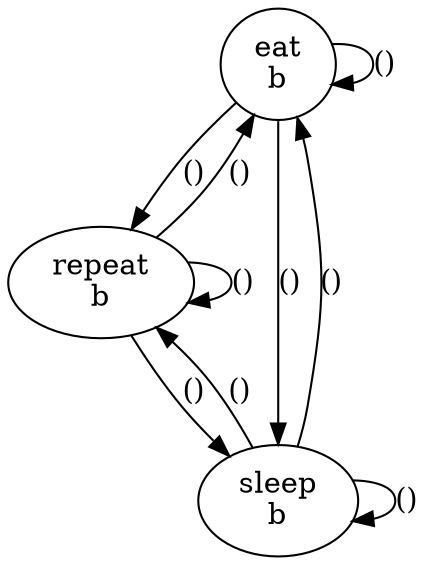
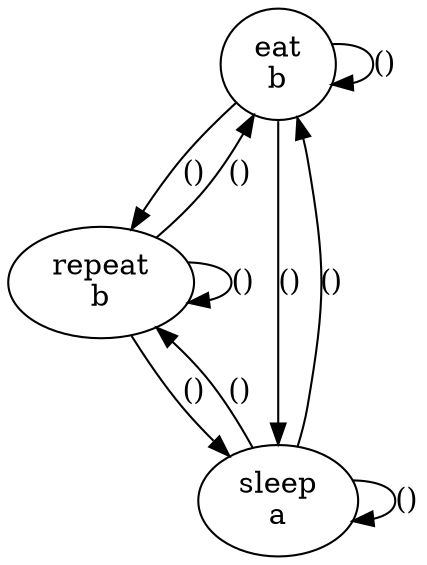
digraph TS {
    "eat" [label = "eat
b"];
    "repeat" [label = "repeat
b"];
    "sleep" [label = "sleep
- b"];
+ a"];
    "eat" -> "eat" [label = "()"];
    "eat" -> "repeat" [label = "()"];
    "eat" -> "sleep" [label = "()"];
    "repeat" -> "eat" [label = "()"];
    "repeat" -> "repeat" [label = "()"];
    "repeat" -> "sleep" [label = "()"];
    "sleep" -> "eat" [label = "()"];
    "sleep" -> "repeat" [label = "()"];
    "sleep" -> "sleep" [label = "()"];
}